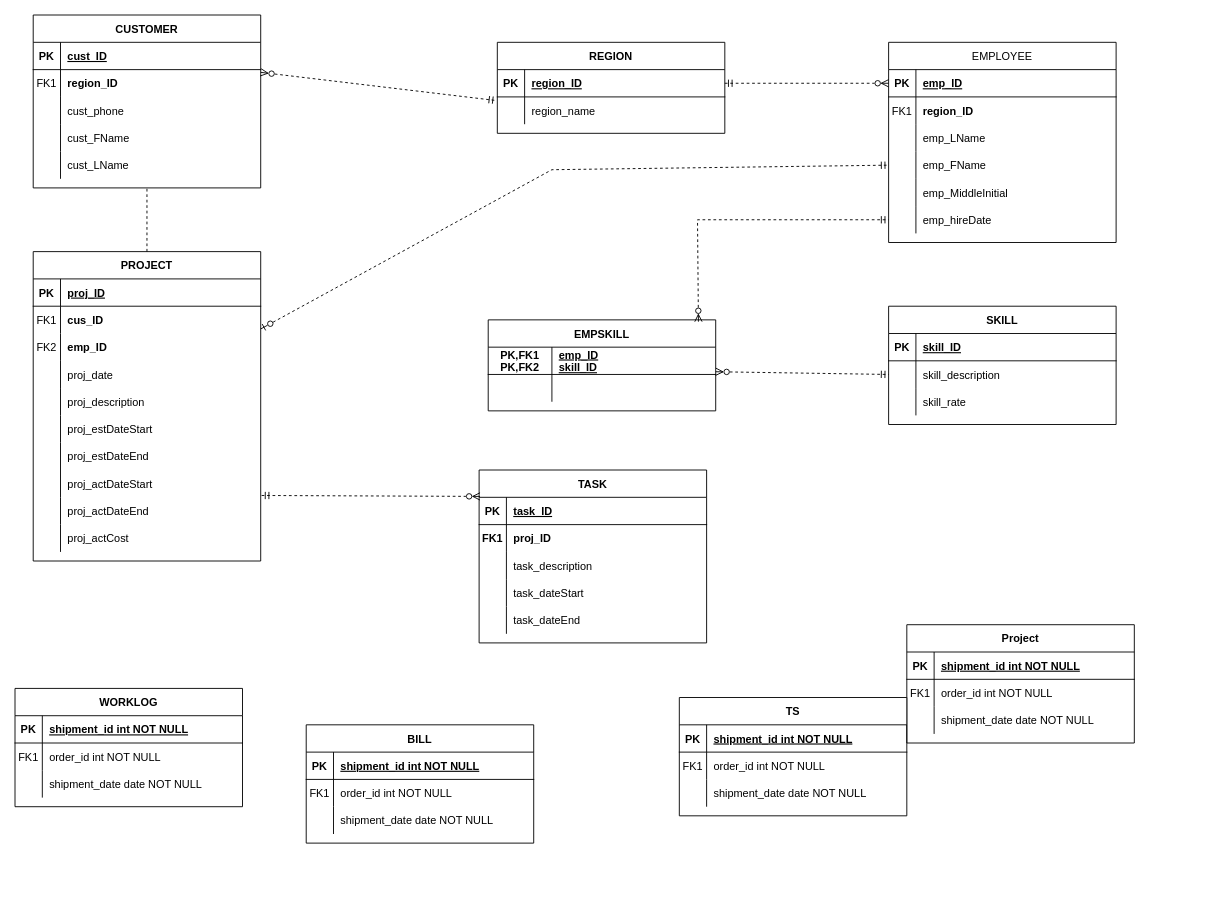
This is Case 11 ERD.drawio from kwoehrer/DatabaseHw, a draw.io file, before an edit. Source tidied: cells renumbered, new cells numbered last; positions are measured from the earlier drawing's top-left corner, leaving out a move shared by most shapes. Both pictures are drawn from the tidied source at 91%, with x=0, y=0 at pixel (15, 15).
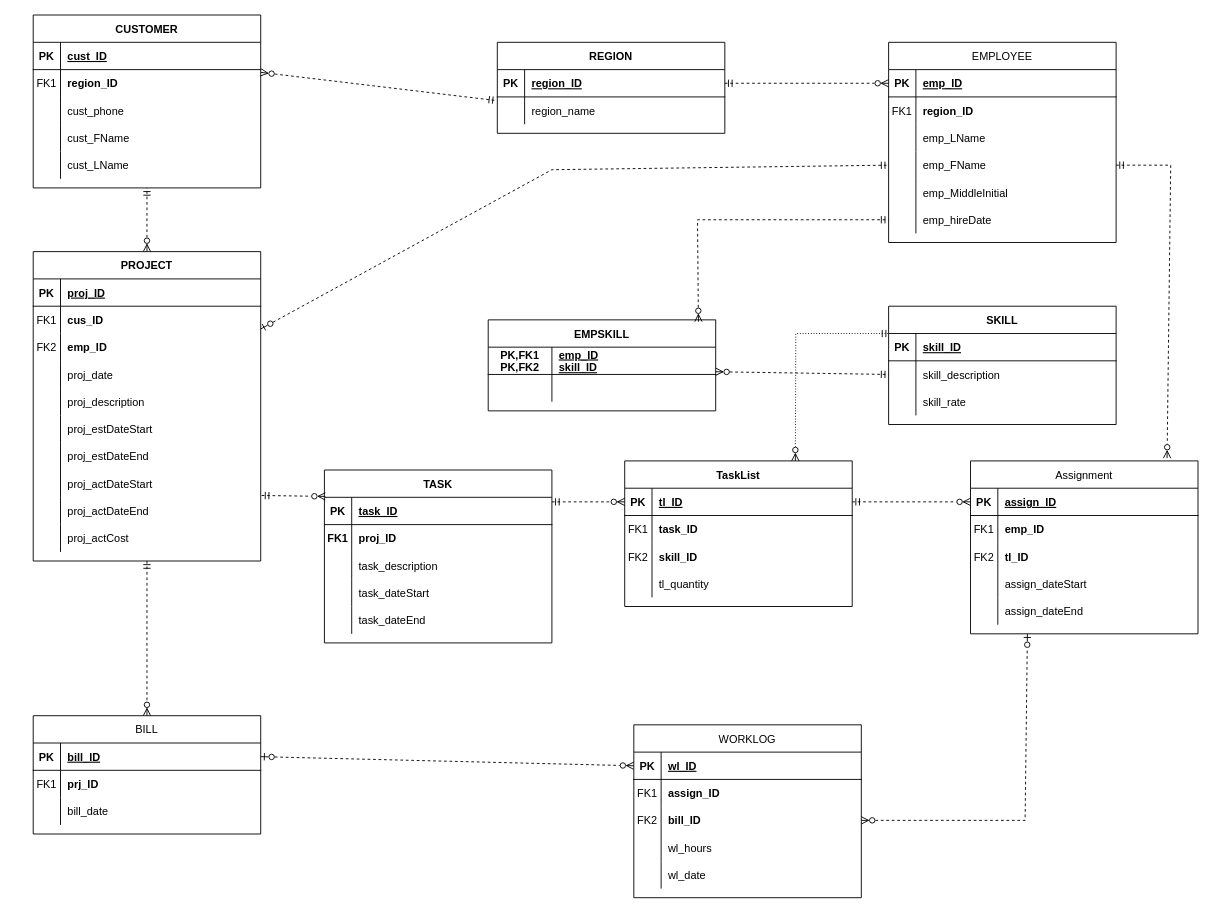
After the change.

Unchanged cells that the change refers to:
```xml
<mxCell id="2" value="CUSTOMER" style="shape=table;startSize=30;childLayout=tableLayout;rowLines=0;fontStyle=1;align=center;" parent="1" vertex="1">
  <mxGeometry x="20" width="250" height="190" as="geometry" />
</mxCell>
<mxCell id="18" value="PROJECT" style="shape=table;startSize=30;childLayout=tableLayout;rowLines=0;fontStyle=1;align=center;" parent="1" vertex="1">
  <mxGeometry x="20" y="260" width="250" height="340" as="geometry" />
</mxCell>
<mxCell id="57" style="shape=partialRectangle;fillColor=none;points=[[0,0.5],[1,0.5]];portConstraint=eastwest;top=0;left=0;right=0;bottom=1;" parent="56" vertex="1">
  <mxGeometry y="30" width="250" height="30" as="geometry" />
</mxCell>
<mxCell id="76" style="shape=partialRectangle;fillColor=none;points=[[0,0.5],[1,0.5]];portConstraint=eastwest;top=0;left=0;right=0;bottom=0;" parent="66" vertex="1">
  <mxGeometry y="120" width="250" height="30" as="geometry" />
</mxCell>
<mxCell id="86" style="shape=partialRectangle;fillColor=none;points=[[0,0.5],[1,0.5]];portConstraint=eastwest;top=0;left=0;right=0;bottom=1;" parent="85" vertex="1">
  <mxGeometry y="30" width="250" height="30" as="geometry" />
</mxCell>
<mxCell id="89" style="shape=partialRectangle;fillColor=none;top=0;left=0;right=0;bottom=0;" parent="85" vertex="1">
  <mxGeometry y="60" width="250" height="30" as="geometry" />
</mxCell>
<mxCell id="92" style="shape=partialRectangle;fillColor=none;top=0;left=0;right=0;bottom=0;" parent="85" vertex="1">
  <mxGeometry y="90" width="250" height="30" as="geometry" />
</mxCell>
<mxCell id="129" style="shape=partialRectangle;fillColor=none;points=[[0,0.5],[1,0.5]];portConstraint=eastwest;top=0;left=0;right=0;bottom=1;" parent="128" vertex="1">
  <mxGeometry y="30" width="250" height="30" as="geometry" />
</mxCell>
<mxCell id="132" style="shape=partialRectangle;fillColor=none;top=0;left=0;right=0;bottom=0;" parent="128" vertex="1">
  <mxGeometry y="60" width="250" height="30" as="geometry" />
</mxCell>
<mxCell id="139" style="shape=partialRectangle;fillColor=none;points=[[0,0.5],[1,0.5]];portConstraint=eastwest;top=0;left=0;right=0;bottom=1;" parent="138" vertex="1">
  <mxGeometry y="30" width="250" height="30" as="geometry" />
</mxCell>
```

What changed in the source:
```diff
@@
-    <mxCell id="85" value="BILL" style="shape=table;startSize=30;childLayout=tableLayout;rowLines=0;fontStyle=1;align=center;" parent="1" vertex="1">
-      <mxGeometry x="320" y="780" width="250" height="130" as="geometry" />
+    <mxCell id="85" value="Assignment" style="shape=table;startSize=30;childLayout=tableLayout;rowLines=0;fontStyle=0;align=center;" parent="1" vertex="1">
+      <mxGeometry x="1050" y="490" width="250" height="190" as="geometry" />
     </mxCell>
@@
-    <mxCell id="88" value="shipment_id int NOT NULL " style="shape=partialRectangle;overflow=hidden;fillColor=none;top=0;left=0;bottom=0;right=0;align=left;spacingLeft=6;fontStyle=5;" parent="86" vertex="1">
+    <mxCell id="88" value="assign_ID" style="shape=partialRectangle;overflow=hidden;fillColor=none;top=0;left=0;bottom=0;right=0;align=left;spacingLeft=6;fontStyle=5;" parent="86" vertex="1">
       <mxGeometry x="30" width="220" height="30" as="geometry" />
     </mxCell>
@@
-    <mxCell id="91" value="order_id int NOT NULL" style="shape=partialRectangle;overflow=hidden;fillColor=none;top=0;left=0;bottom=0;right=0;align=left;spacingLeft=6;" parent="89" vertex="1">
+    <mxCell id="91" value="emp_ID" style="shape=partialRectangle;overflow=hidden;fillColor=none;top=0;left=0;bottom=0;right=0;align=left;spacingLeft=6;fontStyle=1;" parent="89" vertex="1">
       <mxGeometry x="30" width="220" height="30" as="geometry" />
     </mxCell>
@@
-    <mxCell id="93" style="shape=partialRectangle;overflow=hidden;fillColor=none;top=0;left=0;bottom=0;right=0;" parent="92" vertex="1">
+    <mxCell id="93" value="FK2" style="shape=partialRectangle;overflow=hidden;fillColor=none;top=0;left=0;bottom=0;right=0;" parent="92" vertex="1">
       <mxGeometry width="30" height="30" as="geometry" />
     </mxCell>
-    <mxCell id="94" value="shipment_date date NOT NULL" style="shape=partialRectangle;overflow=hidden;fillColor=none;top=0;left=0;bottom=0;right=0;align=left;spacingLeft=6;" parent="92" vertex="1">
+    <mxCell id="94" value="tl_ID" style="shape=partialRectangle;overflow=hidden;fillColor=none;top=0;left=0;bottom=0;right=0;align=left;spacingLeft=6;fontStyle=1;" parent="92" vertex="1">
       <mxGeometry x="30" width="220" height="30" as="geometry" />
     </mxCell>
-    <mxCell id="95" value="Project" style="shape=table;startSize=30;childLayout=tableLayout;rowLines=0;fontStyle=1;align=center;" parent="1" vertex="1">
-      <mxGeometry x="980" y="670" width="250" height="130" as="geometry" />
-    </mxCell>
-    <mxCell id="96" style="shape=partialRectangle;fillColor=none;points=[[0,0.5],[1,0.5]];portConstraint=eastwest;top=0;left=0;right=0;bottom=1;" parent="95" vertex="1">
-      <mxGeometry y="30" width="250" height="30" as="geometry" />
-    </mxCell>
-    <mxCell id="97" value="PK" style="shape=partialRectangle;overflow=hidden;fillColor=none;top=0;left=0;bottom=0;right=0;fontStyle=1;" parent="96" vertex="1">
-      <mxGeometry width="30" height="30" as="geometry" />
-    </mxCell>
-    <mxCell id="98" value="shipment_id int NOT NULL " style="shape=partialRectangle;overflow=hidden;fillColor=none;top=0;left=0;bottom=0;right=0;align=left;spacingLeft=6;fontStyle=5;" parent="96" vertex="1">
-      <mxGeometry x="30" width="220" height="30" as="geometry" />
-    </mxCell>
-    <mxCell id="99" style="shape=partialRectangle;fillColor=none;top=0;left=0;right=0;bottom=0;" parent="95" vertex="1">
-      <mxGeometry y="60" width="250" height="30" as="geometry" />
-    </mxCell>
-    <mxCell id="100" value="FK1" style="shape=partialRectangle;overflow=hidden;fillColor=none;top=0;left=0;bottom=0;right=0;" parent="99" vertex="1">
-      <mxGeometry width="30" height="30" as="geometry" />
-    </mxCell>
-    <mxCell id="101" value="order_id int NOT NULL" style="shape=partialRectangle;overflow=hidden;fillColor=none;top=0;left=0;bottom=0;right=0;align=left;spacingLeft=6;" parent="99" vertex="1">
-      <mxGeometry x="30" width="220" height="30" as="geometry" />
-    </mxCell>
-    <mxCell id="102" style="shape=partialRectangle;fillColor=none;top=0;left=0;right=0;bottom=0;" parent="95" vertex="1">
-      <mxGeometry y="90" width="250" height="30" as="geometry" />
-    </mxCell>
-    <mxCell id="103" style="shape=partialRectangle;overflow=hidden;fillColor=none;top=0;left=0;bottom=0;right=0;" parent="102" vertex="1">
-      <mxGeometry width="30" height="30" as="geometry" />
-    </mxCell>
-    <mxCell id="104" value="shipment_date date NOT NULL" style="shape=partialRectangle;overflow=hidden;fillColor=none;top=0;left=0;bottom=0;right=0;align=left;spacingLeft=6;" parent="102" vertex="1">
-      <mxGeometry x="30" width="220" height="30" as="geometry" />
-    </mxCell>
+    <mxCell id="155" style="shape=partialRectangle;fillColor=none;top=0;left=0;right=0;bottom=0;" parent="85" vertex="1">
+      <mxGeometry y="120" width="250" height="30" as="geometry" />
+    </mxCell>
+    <mxCell id="156" style="shape=partialRectangle;overflow=hidden;fillColor=none;top=0;left=0;bottom=0;right=0;" parent="155" vertex="1">
+      <mxGeometry width="30" height="30" as="geometry" />
+    </mxCell>
+    <mxCell id="157" value="assign_dateStart" style="shape=partialRectangle;overflow=hidden;fillColor=none;top=0;left=0;bottom=0;right=0;align=left;spacingLeft=6;" parent="155" vertex="1">
+      <mxGeometry x="30" width="220" height="30" as="geometry" />
+    </mxCell>
+    <mxCell id="158" style="shape=partialRectangle;fillColor=none;top=0;left=0;right=0;bottom=0;" parent="85" vertex="1">
+      <mxGeometry y="150" width="250" height="30" as="geometry" />
+    </mxCell>
+    <mxCell id="159" style="shape=partialRectangle;overflow=hidden;fillColor=none;top=0;left=0;bottom=0;right=0;" parent="158" vertex="1">
+      <mxGeometry width="30" height="30" as="geometry" />
+    </mxCell>
+    <mxCell id="160" value="assign_dateEnd" style="shape=partialRectangle;overflow=hidden;fillColor=none;top=0;left=0;bottom=0;right=0;align=left;spacingLeft=6;" parent="158" vertex="1">
+      <mxGeometry x="30" width="220" height="30" as="geometry" />
+    </mxCell>
@@
     <mxCell id="112" value="TASK" style="shape=table;startSize=30;childLayout=tableLayout;rowLines=0;fontStyle=1;align=center;" parent="1" vertex="1">
-      <mxGeometry x="510" y="500" width="250" height="190" as="geometry" />
+      <mxGeometry x="340" y="500" width="250" height="190" as="geometry" />
     </mxCell>
@@
-    <mxCell id="128" value="WORKLOG" style="shape=table;startSize=30;childLayout=tableLayout;rowLines=0;fontStyle=1;align=center;" parent="1" vertex="1">
-      <mxGeometry y="740" width="250" height="130" as="geometry" />
+    <mxCell id="128" value="WORKLOG" style="shape=table;startSize=30;childLayout=tableLayout;rowLines=0;fontStyle=0;align=center;" parent="1" vertex="1">
+      <mxGeometry x="680" y="780" width="250" height="190" as="geometry" />
     </mxCell>
@@
-    <mxCell id="131" value="shipment_id int NOT NULL " style="shape=partialRectangle;overflow=hidden;fillColor=none;top=0;left=0;bottom=0;right=0;align=left;spacingLeft=6;fontStyle=5;" parent="129" vertex="1">
+    <mxCell id="131" value="wl_ID" style="shape=partialRectangle;overflow=hidden;fillColor=none;top=0;left=0;bottom=0;right=0;align=left;spacingLeft=6;fontStyle=5;" parent="129" vertex="1">
       <mxGeometry x="30" width="220" height="30" as="geometry" />
     </mxCell>
@@
-    <mxCell id="134" value="order_id int NOT NULL" style="shape=partialRectangle;overflow=hidden;fillColor=none;top=0;left=0;bottom=0;right=0;align=left;spacingLeft=6;" parent="132" vertex="1">
+    <mxCell id="134" value="assign_ID" style="shape=partialRectangle;overflow=hidden;fillColor=none;top=0;left=0;bottom=0;right=0;align=left;spacingLeft=6;fontStyle=1;" parent="132" vertex="1">
       <mxGeometry x="30" width="220" height="30" as="geometry" />
     </mxCell>
-    <mxCell id="135" style="shape=partialRectangle;fillColor=none;top=0;left=0;right=0;bottom=0;" parent="128" vertex="1">
-      <mxGeometry y="90" width="250" height="30" as="geometry" />
-    </mxCell>
-    <mxCell id="136" style="shape=partialRectangle;overflow=hidden;fillColor=none;top=0;left=0;bottom=0;right=0;" parent="135" vertex="1">
-      <mxGeometry width="30" height="30" as="geometry" />
-    </mxCell>
-    <mxCell id="137" value="shipment_date date NOT NULL" style="shape=partialRectangle;overflow=hidden;fillColor=none;top=0;left=0;bottom=0;right=0;align=left;spacingLeft=6;" parent="135" vertex="1">
-      <mxGeometry x="30" width="220" height="30" as="geometry" />
-    </mxCell>
+    <mxCell id="161" style="shape=partialRectangle;fillColor=none;points=[[0,0.5],[1,0.5]];portConstraint=eastwest;top=0;left=0;right=0;bottom=0;" parent="128" vertex="1">
+      <mxGeometry y="90" width="250" height="30" as="geometry" />
+    </mxCell>
+    <mxCell id="162" value="FK2" style="shape=partialRectangle;overflow=hidden;fillColor=none;top=0;left=0;bottom=0;right=0;" parent="161" vertex="1">
+      <mxGeometry width="30" height="30" as="geometry" />
+    </mxCell>
+    <mxCell id="163" value="bill_ID" style="shape=partialRectangle;overflow=hidden;fillColor=none;top=0;left=0;bottom=0;right=0;align=left;spacingLeft=6;fontStyle=1;" parent="161" vertex="1">
+      <mxGeometry x="30" width="220" height="30" as="geometry" />
+    </mxCell>
+    <mxCell id="164" style="shape=partialRectangle;fillColor=none;top=0;left=0;right=0;bottom=0;" parent="128" vertex="1">
+      <mxGeometry y="120" width="250" height="30" as="geometry" />
+    </mxCell>
+    <mxCell id="165" style="shape=partialRectangle;overflow=hidden;fillColor=none;top=0;left=0;bottom=0;right=0;" parent="164" vertex="1">
+      <mxGeometry width="30" height="30" as="geometry" />
+    </mxCell>
+    <mxCell id="166" value="wl_hours" style="shape=partialRectangle;overflow=hidden;fillColor=none;top=0;left=0;bottom=0;right=0;align=left;spacingLeft=6;" parent="164" vertex="1">
+      <mxGeometry x="30" width="220" height="30" as="geometry" />
+    </mxCell>
+    <mxCell id="167" style="shape=partialRectangle;fillColor=none;top=0;left=0;right=0;bottom=0;" parent="128" vertex="1">
+      <mxGeometry y="150" width="250" height="30" as="geometry" />
+    </mxCell>
+    <mxCell id="168" style="shape=partialRectangle;overflow=hidden;fillColor=none;top=0;left=0;bottom=0;right=0;" parent="167" vertex="1">
+      <mxGeometry width="30" height="30" as="geometry" />
+    </mxCell>
+    <mxCell id="169" value="wl_date" style="shape=partialRectangle;overflow=hidden;fillColor=none;top=0;left=0;bottom=0;right=0;align=left;spacingLeft=6;" parent="167" vertex="1">
+      <mxGeometry x="30" width="220" height="30" as="geometry" />
+    </mxCell>
-    <mxCell id="138" value="TS" style="shape=table;startSize=30;childLayout=tableLayout;rowLines=0;fontStyle=1;align=center;" parent="1" vertex="1">
-      <mxGeometry x="730" y="750" width="250" height="130" as="geometry" />
+    <mxCell id="138" value="TaskList" style="shape=table;startSize=30;childLayout=tableLayout;rowLines=0;fontStyle=1;align=center;" parent="1" vertex="1">
+      <mxGeometry x="670" y="490" width="250" height="160" as="geometry" />
     </mxCell>
@@
-    <mxCell id="141" value="shipment_id int NOT NULL " style="shape=partialRectangle;overflow=hidden;fillColor=none;top=0;left=0;bottom=0;right=0;align=left;spacingLeft=6;fontStyle=5;" parent="139" vertex="1">
+    <mxCell id="141" value="tl_ID" style="shape=partialRectangle;overflow=hidden;fillColor=none;top=0;left=0;bottom=0;right=0;align=left;spacingLeft=6;fontStyle=5;" parent="139" vertex="1">
       <mxGeometry x="30" width="220" height="30" as="geometry" />
     </mxCell>
-    <mxCell id="142" style="shape=partialRectangle;fillColor=none;top=0;left=0;right=0;bottom=0;" parent="138" vertex="1">
+    <mxCell id="142" style="shape=partialRectangle;fillColor=none;top=0;left=0;right=0;bottom=0;fontStyle=1;" parent="138" vertex="1">
       <mxGeometry y="60" width="250" height="30" as="geometry" />
     </mxCell>
@@
-    <mxCell id="144" value="order_id int NOT NULL" style="shape=partialRectangle;overflow=hidden;fillColor=none;top=0;left=0;bottom=0;right=0;align=left;spacingLeft=6;" parent="142" vertex="1">
+    <mxCell id="144" value="task_ID" style="shape=partialRectangle;overflow=hidden;fillColor=none;top=0;left=0;bottom=0;right=0;align=left;spacingLeft=6;fontStyle=1;" parent="142" vertex="1">
       <mxGeometry x="30" width="220" height="30" as="geometry" />
     </mxCell>
-    <mxCell id="145" style="shape=partialRectangle;fillColor=none;top=0;left=0;right=0;bottom=0;" parent="138" vertex="1">
-      <mxGeometry y="90" width="250" height="30" as="geometry" />
-    </mxCell>
-    <mxCell id="146" style="shape=partialRectangle;overflow=hidden;fillColor=none;top=0;left=0;bottom=0;right=0;" parent="145" vertex="1">
-      <mxGeometry width="30" height="30" as="geometry" />
-    </mxCell>
-    <mxCell id="147" value="shipment_date date NOT NULL" style="shape=partialRectangle;overflow=hidden;fillColor=none;top=0;left=0;bottom=0;right=0;align=left;spacingLeft=6;" parent="145" vertex="1">
-      <mxGeometry x="30" width="220" height="30" as="geometry" />
-    </mxCell>
+    <mxCell id="170" style="shape=partialRectangle;fillColor=none;top=0;left=0;right=0;bottom=0;" parent="138" vertex="1">
+      <mxGeometry y="90" width="250" height="30" as="geometry" />
+    </mxCell>
+    <mxCell id="171" value="FK2" style="shape=partialRectangle;overflow=hidden;fillColor=none;top=0;left=0;bottom=0;right=0;" parent="170" vertex="1">
+      <mxGeometry width="30" height="30" as="geometry" />
+    </mxCell>
+    <mxCell id="172" value="skill_ID" style="shape=partialRectangle;overflow=hidden;fillColor=none;top=0;left=0;bottom=0;right=0;align=left;spacingLeft=6;fontStyle=1;" parent="170" vertex="1">
+      <mxGeometry x="30" width="220" height="30" as="geometry" />
+    </mxCell>
+    <mxCell id="173" style="shape=partialRectangle;fillColor=none;top=0;left=0;right=0;bottom=0;" parent="138" vertex="1">
+      <mxGeometry y="120" width="250" height="30" as="geometry" />
+    </mxCell>
+    <mxCell id="174" style="shape=partialRectangle;overflow=hidden;fillColor=none;top=0;left=0;bottom=0;right=0;" parent="173" vertex="1">
+      <mxGeometry width="30" height="30" as="geometry" />
+    </mxCell>
+    <mxCell id="175" value="tl_quantity" style="shape=partialRectangle;overflow=hidden;fillColor=none;top=0;left=0;bottom=0;right=0;align=left;spacingLeft=6;" parent="173" vertex="1">
+      <mxGeometry x="30" width="220" height="30" as="geometry" />
+    </mxCell>
@@
-    <mxCell id="153" style="endArrow=none;html=1;rounded=0;dashed=1;strokeColor=#000000;entryX=0.5;entryY=1;entryDx=0;entryDy=0;" parent="1" edge="1" source="18" target="2">
+    <mxCell id="153" style="endArrow=ERmandOne;html=1;rounded=0;dashed=1;strokeColor=#000000;entryX=0.5;entryY=1;entryDx=0;entryDy=0;startArrow=ERzeroToMany;startFill=0;endFill=0;" parent="1" edge="1" source="18" target="2">
       <mxGeometry relative="1" as="geometry" />
     </mxCell>
@@
+    <mxCell id="176" style="endArrow=ERzeroToMany;html=1;rounded=0;dashed=1;strokeColor=#000000;entryX=0;entryY=0.5;entryDx=0;entryDy=0;startArrow=ERmandOne;startFill=0;endFill=0;" parent="1" edge="1" target="139">
+      <mxGeometry relative="1" as="geometry">
+        <mxPoint x="590" y="535" as="sourcePoint" />
+      </mxGeometry>
+    </mxCell>
+    <mxCell id="177" style="endArrow=ERzeroToMany;html=1;rounded=0;dashed=1;strokeColor=#000000;entryX=0;entryY=0.5;entryDx=0;entryDy=0;exitX=1;exitY=0.5;exitDx=0;exitDy=0;startArrow=ERmandOne;startFill=0;endFill=0;" parent="1" edge="1" source="139" target="86">
+      <mxGeometry relative="1" as="geometry" />
+    </mxCell>
+    <mxCell id="178" style="endArrow=ERzeroToMany;html=1;rounded=0;dashed=1;strokeColor=#000000;entryX=0.864;entryY=-0.016;entryDx=0;entryDy=0;entryPerimeter=0;exitX=1;exitY=0.5;exitDx=0;exitDy=0;startArrow=ERmandOne;startFill=0;endFill=0;" parent="1" edge="1" source="76" target="85">
+      <mxGeometry relative="1" as="geometry">
+        <Array as="points">
+          <mxPoint x="1270" y="165" />
+        </Array>
+      </mxGeometry>
+    </mxCell>
+    <mxCell id="179" style="endArrow=ERmandOne;html=1;rounded=0;dashed=1;dashPattern=1 2;strokeColor=#000000;entryX=0.004;entryY=0;entryDx=0;entryDy=0;entryPerimeter=0;exitX=0.75;exitY=0;exitDx=0;exitDy=0;startArrow=ERzeroToMany;startFill=0;endFill=0;" parent="1" edge="1" source="138" target="57">
+      <mxGeometry relative="1" as="geometry">
+        <Array as="points">
+          <mxPoint x="858" y="350" />
+        </Array>
+      </mxGeometry>
+    </mxCell>
+    <mxCell id="180" value="BILL" style="shape=table;startSize=30;childLayout=tableLayout;rowLines=0;fontStyle=0;align=center;" parent="1" vertex="1">
+      <mxGeometry x="20" y="770" width="250" height="130" as="geometry" />
+    </mxCell>
+    <mxCell id="96" style="shape=partialRectangle;fillColor=none;points=[[0,0.5],[1,0.5]];portConstraint=eastwest;top=0;left=0;right=0;bottom=1;" parent="180" vertex="1">
+      <mxGeometry y="30" width="250" height="30" as="geometry" />
+    </mxCell>
+    <mxCell id="97" value="PK" style="shape=partialRectangle;overflow=hidden;fillColor=none;top=0;left=0;bottom=0;right=0;fontStyle=1;" parent="96" vertex="1">
+      <mxGeometry width="30" height="30" as="geometry" />
+    </mxCell>
+    <mxCell id="181" value="bill_ID" style="shape=partialRectangle;overflow=hidden;fillColor=none;top=0;left=0;bottom=0;right=0;align=left;spacingLeft=6;fontStyle=5;" parent="96" vertex="1">
+      <mxGeometry x="30" width="220" height="30" as="geometry" />
+    </mxCell>
+    <mxCell id="99" style="shape=partialRectangle;fillColor=none;top=0;left=0;right=0;bottom=0;" parent="180" vertex="1">
+      <mxGeometry y="60" width="250" height="30" as="geometry" />
+    </mxCell>
+    <mxCell id="100" value="FK1" style="shape=partialRectangle;overflow=hidden;fillColor=none;top=0;left=0;bottom=0;right=0;" parent="99" vertex="1">
+      <mxGeometry width="30" height="30" as="geometry" />
+    </mxCell>
+    <mxCell id="182" value="prj_ID" style="shape=partialRectangle;overflow=hidden;fillColor=none;top=0;left=0;bottom=0;right=0;align=left;spacingLeft=6;fontStyle=1;" parent="99" vertex="1">
+      <mxGeometry x="30" width="220" height="30" as="geometry" />
+    </mxCell>
+    <mxCell id="183" style="shape=partialRectangle;fillColor=none;top=0;left=0;right=0;bottom=0;" parent="180" vertex="1">
+      <mxGeometry y="90" width="250" height="30" as="geometry" />
+    </mxCell>
+    <mxCell id="184" style="shape=partialRectangle;overflow=hidden;fillColor=none;top=0;left=0;bottom=0;right=0;" parent="183" vertex="1">
+      <mxGeometry width="30" height="30" as="geometry" />
+    </mxCell>
+    <mxCell id="185" value="bill_date" style="shape=partialRectangle;overflow=hidden;fillColor=none;top=0;left=0;bottom=0;right=0;align=left;spacingLeft=6;" parent="183" vertex="1">
+      <mxGeometry x="30" width="220" height="30" as="geometry" />
+    </mxCell>
+    <mxCell id="186" style="endArrow=ERzeroToOne;html=1;rounded=0;dashed=1;strokeColor=#000000;exitX=1;exitY=0.5;exitDx=0;exitDy=0;entryX=0.25;entryY=1;entryDx=0;entryDy=0;startArrow=ERzeroToMany;startFill=0;endFill=0;" parent="1" edge="1" source="161" target="85">
+      <mxGeometry relative="1" as="geometry">
+        <Array as="points">
+          <mxPoint x="1110" y="885" />
+        </Array>
+      </mxGeometry>
+    </mxCell>
+    <mxCell id="187" style="endArrow=ERzeroToMany;html=1;rounded=0;dashed=1;strokeColor=#000000;entryX=0;entryY=0.5;entryDx=0;entryDy=0;exitX=1;exitY=0.5;exitDx=0;exitDy=0;startArrow=ERzeroToOne;startFill=0;endFill=0;" parent="1" edge="1" source="96" target="129">
+      <mxGeometry relative="1" as="geometry" />
+    </mxCell>
+    <mxCell id="188" style="endArrow=ERzeroToMany;html=1;rounded=0;dashed=1;strokeColor=#000000;exitX=0.5;exitY=1;exitDx=0;exitDy=0;entryX=0.5;entryY=0;entryDx=0;entryDy=0;startArrow=ERmandOne;startFill=0;endFill=0;" parent="1" edge="1" source="18" target="180">
+      <mxGeometry relative="1" as="geometry" />
+    </mxCell>
```
